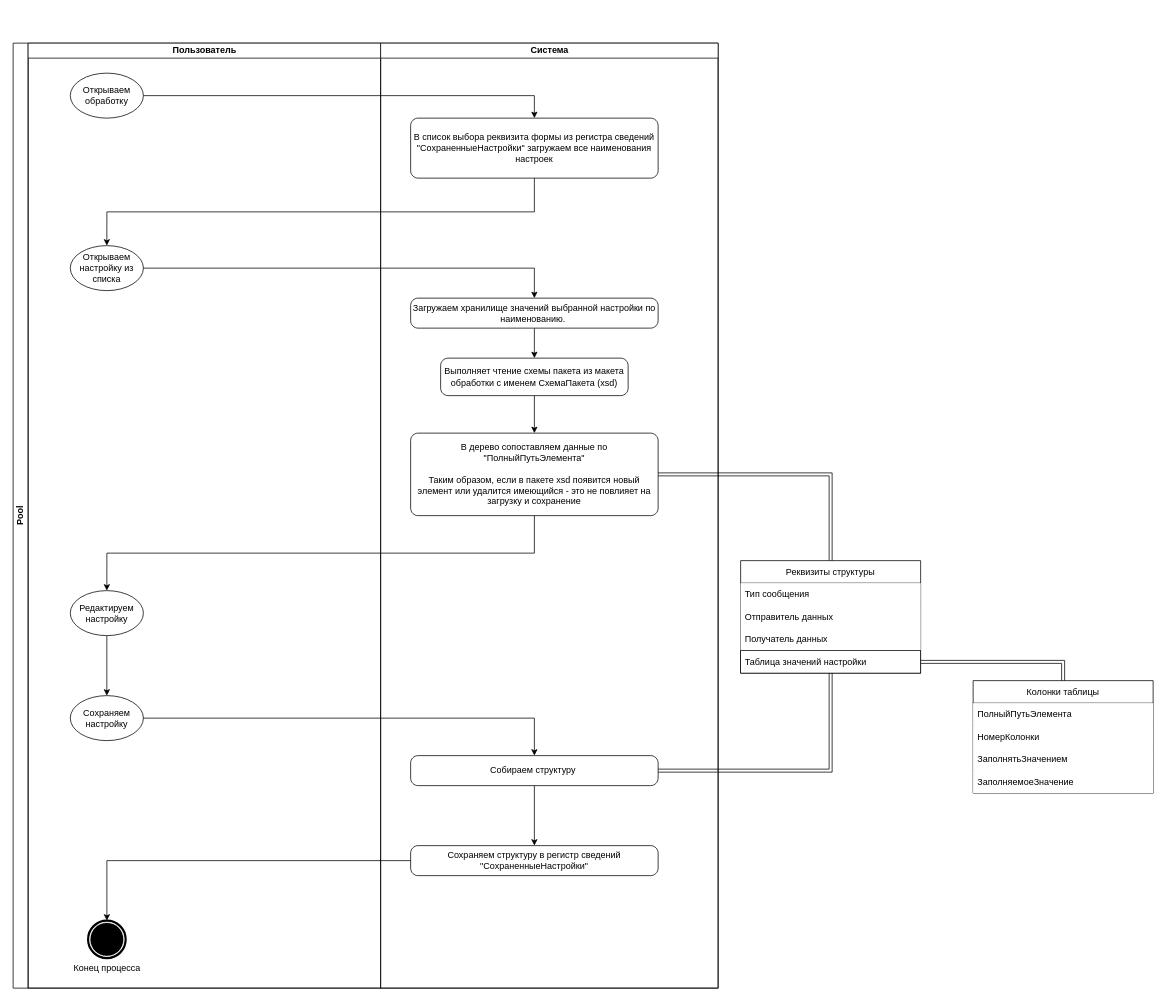
This is page "Процесс загрузки сохранения настроек" (5 of 5) of toplogwms/ЗагрузкаExcel.drawio from flln23/TopLog_Diagrams, a draw.io file, before an edit. Source tidied: cells renumbered, new cells numbered last; positions are measured from the earlier drawing's top-left corner, leaving out a move shared by most shapes. Both pictures are drawn from the tidied source at 75%, with x=0, y=0 at pixel (13, 43).
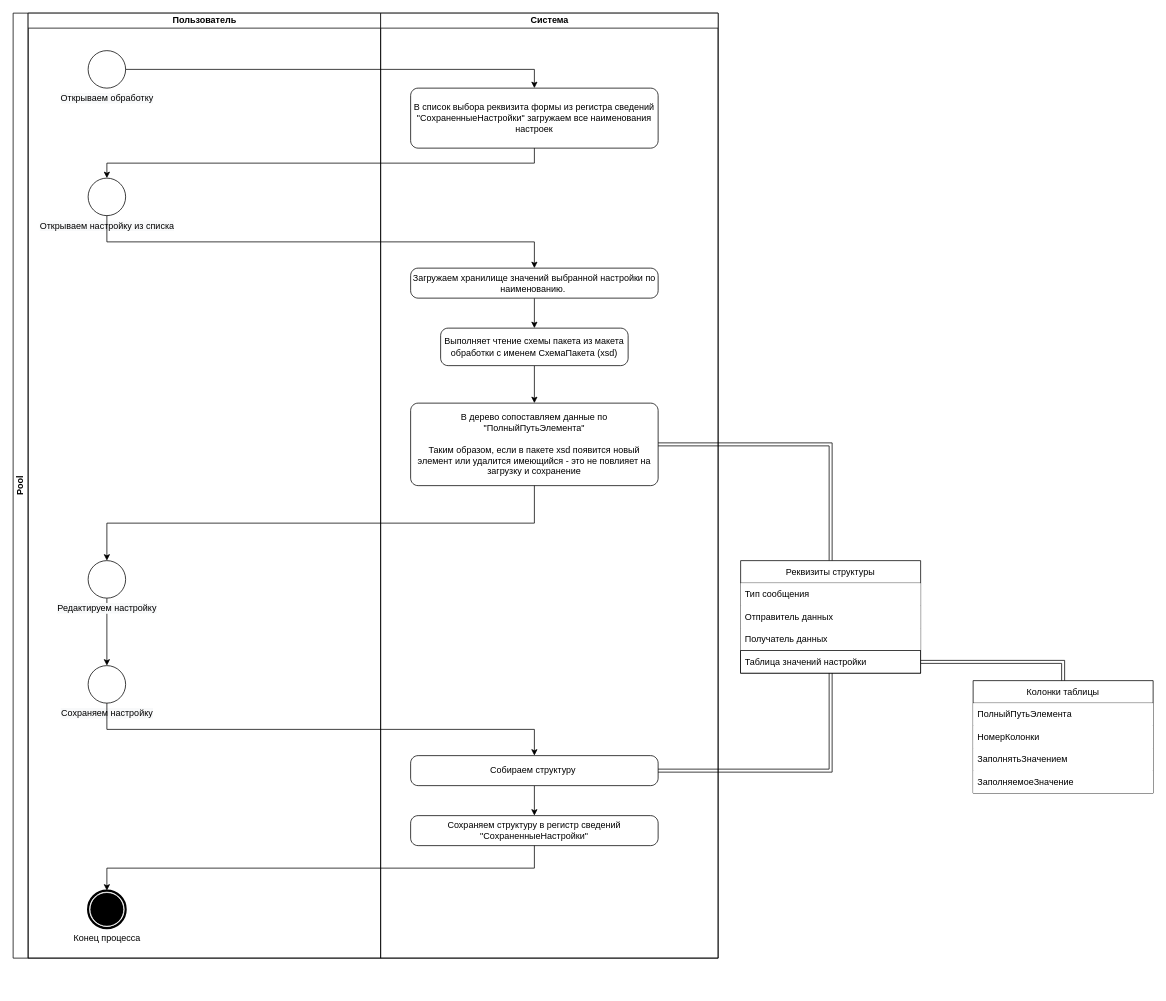
Above is the later version.

The change refers to these unchanged cells:
```xml
<mxCell id="3" value="Пользователь" style="swimlane;html=1;startSize=20;" parent="2" vertex="1">
  <mxGeometry x="20" width="470" height="1260" as="geometry" />
</mxCell>
<mxCell id="10" value="Система" style="swimlane;html=1;startSize=20;" parent="2" vertex="1">
  <mxGeometry x="490" width="450" height="1260" as="geometry" />
</mxCell>
<mxCell id="11" value="В список выбора реквизита формы из регистра сведений &quot;СохраненныеНастройки&quot; загружаем все наименования настроек" style="points=[[0.25,0,0],[0.5,0,0],[0.75,0,0],[1,0.25,0],[1,0.5,0],[1,0.75,0],[0.75,1,0],[0.5,1,0],[0.25,1,0],[0,0.75,0],[0,0.5,0],[0,0.25,0]];shape=mxgraph.bpmn.task;whiteSpace=wrap;rectStyle=rounded;size=10;html=1;taskMarker=abstract;" parent="10" vertex="1">
  <mxGeometry x="40" y="100" width="330" height="80" as="geometry" />
</mxCell>
<mxCell id="13" value="Загружаем хранилище значений выбранной настройки по наименованию.&amp;nbsp;" style="points=[[0.25,0,0],[0.5,0,0],[0.75,0,0],[1,0.25,0],[1,0.5,0],[1,0.75,0],[0.75,1,0],[0.5,1,0],[0.25,1,0],[0,0.75,0],[0,0.5,0],[0,0.25,0]];shape=mxgraph.bpmn.task;whiteSpace=wrap;rectStyle=rounded;size=10;html=1;taskMarker=abstract;" parent="10" vertex="1">
  <mxGeometry x="40" y="340" width="330" height="40" as="geometry" />
</mxCell>
<mxCell id="14" value="В дерево сопоставляем данные по &quot;ПолныйПутьЭлемента&quot;&lt;br&gt;&lt;br&gt;Таким образом, если в пакете xsd появится новый элемент или удалится имеющийся - это не повлияет на загрузку и сохранение&lt;br&gt;" style="points=[[0.25,0,0],[0.5,0,0],[0.75,0,0],[1,0.25,0],[1,0.5,0],[1,0.75,0],[0.75,1,0],[0.5,1,0],[0.25,1,0],[0,0.75,0],[0,0.5,0],[0,0.25,0]];shape=mxgraph.bpmn.task;whiteSpace=wrap;rectStyle=rounded;size=10;html=1;taskMarker=abstract;" parent="10" vertex="1">
  <mxGeometry x="40" y="520" width="330" height="110" as="geometry" />
</mxCell>
<mxCell id="19" value="Сохраняем структуру в регистр сведений&lt;br&gt;&quot;СохраненныеНастройки&quot;" style="points=[[0.25,0,0],[0.5,0,0],[0.75,0,0],[1,0.25,0],[1,0.5,0],[1,0.75,0],[0.75,1,0],[0.5,1,0],[0.25,1,0],[0,0.75,0],[0,0.5,0],[0,0.25,0]];shape=mxgraph.bpmn.task;whiteSpace=wrap;rectStyle=rounded;size=10;html=1;taskMarker=abstract;" parent="10" vertex="1">
  <mxGeometry x="40" y="1070" width="330" height="40" as="geometry" />
</mxCell>
```

Change to the diagram source:
```diff
@@
     <mxCell id="2" value="Pool" style="swimlane;html=1;startSize=20;horizontal=0;whiteSpace=wrap;" parent="1" vertex="1">
-      <mxGeometry width="940" height="1260" as="geometry" />
+      <mxGeometry y="-40" width="940" height="1260" as="geometry" />
     </mxCell>
@@
+    <mxCell id="6" style="edgeStyle=orthogonalEdgeStyle;rounded=0;jettySize=auto;html=1;exitX=0.5;exitY=1;exitDx=0;exitDy=0;exitPerimeter=0;entryX=0.5;entryY=0;entryDx=0;entryDy=0;entryPerimeter=0;" parent="3" edge="1" source="7" target="9">
+      <mxGeometry relative="1" as="geometry" />
+    </mxCell>
+    <mxCell id="8" value="Конец процесса" style="points=[[0.145,0.145,0],[0.5,0,0],[0.855,0.145,0],[1,0.5,0],[0.855,0.855,0],[0.5,1,0],[0.145,0.855,0],[0,0.5,0]];shape=mxgraph.bpmn.event;html=1;verticalLabelPosition=bottom;labelBackgroundColor=#ffffff;verticalAlign=top;align=center;perimeter=ellipsePerimeter;outlineConnect=0;outline=end;symbol=terminate;fillStyle=solid;strokeColor=default;fillColor=default;" parent="3" vertex="1">
+      <mxGeometry x="80" y="1170" width="50" height="50" as="geometry" />
+    </mxCell>
+    <mxCell id="5" value="&lt;span style=&quot;background-color: rgb(248, 249, 250);&quot;&gt;Открываем обработку&lt;/span&gt;" style="points=[[0.145,0.145,0],[0.5,0,0],[0.855,0.145,0],[1,0.5,0],[0.855,0.855,0],[0.5,1,0],[0.145,0.855,0],[0,0.5,0]];shape=mxgraph.bpmn.event;html=1;verticalLabelPosition=bottom;labelBackgroundColor=#ffffff;verticalAlign=top;align=center;perimeter=ellipsePerimeter;outlineConnect=0;outline=standard;symbol=general;" parent="3" vertex="1">
+      <mxGeometry x="80" y="50" width="50" height="50" as="geometry" />
+    </mxCell>
-    <mxCell id="4" value="Открываем настройку из списка" style="ellipse;whiteSpace=wrap;html=1;" parent="3" vertex="1">
-      <mxGeometry x="56.2" y="270" width="97.5" height="60" as="geometry" />
+    <mxCell id="4" value="&lt;span style=&quot;background-color: rgb(248, 249, 250);&quot;&gt;Открываем настройку из списка&lt;/span&gt;" style="points=[[0.145,0.145,0],[0.5,0,0],[0.855,0.145,0],[1,0.5,0],[0.855,0.855,0],[0.5,1,0],[0.145,0.855,0],[0,0.5,0]];shape=mxgraph.bpmn.event;html=1;verticalLabelPosition=bottom;labelBackgroundColor=#ffffff;verticalAlign=top;align=center;perimeter=ellipsePerimeter;outlineConnect=0;outline=standard;symbol=general;" parent="3" vertex="1">
+      <mxGeometry x="80" y="220" width="50" height="50" as="geometry" />
     </mxCell>
-    <mxCell id="5" value="Открываем обработку" style="ellipse;whiteSpace=wrap;html=1;" parent="3" vertex="1">
-      <mxGeometry x="56.2" y="40" width="97.5" height="60" as="geometry" />
-    </mxCell>
-    <mxCell id="6" style="edgeStyle=orthogonalEdgeStyle;rounded=0;jettySize=auto;html=1;" parent="3" edge="1" source="7" target="9">
-      <mxGeometry relative="1" as="geometry" />
-    </mxCell>
-    <mxCell id="7" value="Редактируем настройку" style="ellipse;whiteSpace=wrap;html=1;" parent="3" vertex="1">
-      <mxGeometry x="56.2" y="730" width="97.5" height="60" as="geometry" />
+    <mxCell id="7" value="&lt;span style=&quot;background-color: rgb(248, 249, 250);&quot;&gt;Редактируем настройку&lt;/span&gt;" style="points=[[0.145,0.145,0],[0.5,0,0],[0.855,0.145,0],[1,0.5,0],[0.855,0.855,0],[0.5,1,0],[0.145,0.855,0],[0,0.5,0]];shape=mxgraph.bpmn.event;html=1;verticalLabelPosition=bottom;labelBackgroundColor=#ffffff;verticalAlign=top;align=center;perimeter=ellipsePerimeter;outlineConnect=0;outline=standard;symbol=general;" parent="3" vertex="1">
+      <mxGeometry x="80" y="730" width="50" height="50" as="geometry" />
     </mxCell>
-    <mxCell id="8" value="Конец процесса" style="points=[[0.145,0.145,0],[0.5,0,0],[0.855,0.145,0],[1,0.5,0],[0.855,0.855,0],[0.5,1,0],[0.145,0.855,0],[0,0.5,0]];shape=mxgraph.bpmn.event;html=1;verticalLabelPosition=bottom;labelBackgroundColor=#ffffff;verticalAlign=top;align=center;perimeter=ellipsePerimeter;outlineConnect=0;outline=end;symbol=terminate;fillStyle=solid;strokeColor=default;fillColor=default;" parent="3" vertex="1">
-      <mxGeometry x="80" y="1170" width="50" height="50" as="geometry" />
-    </mxCell>
-    <mxCell id="9" value="Сохраняем настройку" style="ellipse;whiteSpace=wrap;html=1;" parent="3" vertex="1">
-      <mxGeometry x="56.2" y="870" width="97.5" height="60" as="geometry" />
+    <mxCell id="9" value="&lt;span style=&quot;background-color: rgb(248, 249, 250);&quot;&gt;Сохраняем настройку&lt;/span&gt;" style="points=[[0.145,0.145,0],[0.5,0,0],[0.855,0.145,0],[1,0.5,0],[0.855,0.855,0],[0.5,1,0],[0.145,0.855,0],[0,0.5,0]];shape=mxgraph.bpmn.event;html=1;verticalLabelPosition=bottom;labelBackgroundColor=#ffffff;verticalAlign=top;align=center;perimeter=ellipsePerimeter;outlineConnect=0;outline=standard;symbol=general;" parent="3" vertex="1">
+      <mxGeometry x="80" y="870" width="50" height="50" as="geometry" />
     </mxCell>
@@
     <mxCell id="18" value="Собираем структуру&amp;nbsp;" style="points=[[0.25,0,0],[0.5,0,0],[0.75,0,0],[1,0.25,0],[1,0.5,0],[1,0.75,0],[0.75,1,0],[0.5,1,0],[0.25,1,0],[0,0.75,0],[0,0.5,0],[0,0.25,0]];shape=mxgraph.bpmn.task;whiteSpace=wrap;rectStyle=rounded;size=10;html=1;taskMarker=abstract;" parent="10" vertex="1">
-      <mxGeometry x="40" y="950" width="330" height="40" as="geometry" />
+      <mxGeometry x="40" y="990" width="330" height="40" as="geometry" />
     </mxCell>
@@
-    <mxCell id="20" style="edgeStyle=orthogonalEdgeStyle;rounded=0;jettySize=auto;html=1;entryX=0.5;entryY=0;entryDx=0;entryDy=0;entryPerimeter=0;exitX=1;exitY=0.5;exitDx=0;exitDy=0;" parent="2" edge="1" source="5" target="11">
+    <mxCell id="20" style="edgeStyle=orthogonalEdgeStyle;rounded=0;jettySize=auto;html=1;entryX=0.5;entryY=0;entryDx=0;entryDy=0;entryPerimeter=0;exitX=1;exitY=0.5;exitDx=0;exitDy=0;exitPerimeter=0;" parent="2" edge="1" source="5" target="11">
       <mxGeometry relative="1" as="geometry" />
     </mxCell>
-    <mxCell id="21" style="edgeStyle=orthogonalEdgeStyle;rounded=0;jettySize=auto;html=1;exitX=0.5;exitY=1;exitDx=0;exitDy=0;exitPerimeter=0;" parent="2" edge="1" source="11" target="4">
+    <mxCell id="21" style="edgeStyle=orthogonalEdgeStyle;rounded=0;jettySize=auto;html=1;exitX=0.5;exitY=1;exitDx=0;exitDy=0;exitPerimeter=0;entryX=0.5;entryY=0;entryDx=0;entryDy=0;entryPerimeter=0;" parent="2" edge="1" source="11" target="4">
       <mxGeometry relative="1" as="geometry" />
     </mxCell>
-    <mxCell id="22" style="edgeStyle=orthogonalEdgeStyle;rounded=0;jettySize=auto;html=1;entryX=0.5;entryY=0;entryDx=0;entryDy=0;entryPerimeter=0;" parent="2" edge="1" source="4" target="13">
+    <mxCell id="22" style="edgeStyle=orthogonalEdgeStyle;rounded=0;jettySize=auto;html=1;entryX=0.5;entryY=0;entryDx=0;entryDy=0;entryPerimeter=0;exitX=0.5;exitY=1;exitDx=0;exitDy=0;exitPerimeter=0;" parent="2" edge="1" source="4" target="13">
       <mxGeometry relative="1" as="geometry" />
     </mxCell>
-    <mxCell id="23" style="edgeStyle=orthogonalEdgeStyle;rounded=0;jettySize=auto;html=1;entryX=0.5;entryY=0;entryDx=0;entryDy=0;exitX=0.5;exitY=1;exitDx=0;exitDy=0;exitPerimeter=0;" parent="2" edge="1" source="14" target="7">
+    <mxCell id="23" style="edgeStyle=orthogonalEdgeStyle;rounded=0;jettySize=auto;html=1;exitX=0.5;exitY=1;exitDx=0;exitDy=0;exitPerimeter=0;entryX=0.5;entryY=0;entryDx=0;entryDy=0;entryPerimeter=0;" parent="2" edge="1" source="14" target="7">
       <mxGeometry relative="1" as="geometry" />
     </mxCell>
-    <mxCell id="24" style="edgeStyle=orthogonalEdgeStyle;rounded=0;jettySize=auto;html=1;" parent="2" edge="1" source="9" target="18">
+    <mxCell id="24" style="edgeStyle=orthogonalEdgeStyle;rounded=0;jettySize=auto;html=1;exitX=0.5;exitY=1;exitDx=0;exitDy=0;exitPerimeter=0;" parent="2" edge="1" source="9" target="18">
       <mxGeometry relative="1" as="geometry" />
     </mxCell>
-    <mxCell id="25" style="edgeStyle=orthogonalEdgeStyle;rounded=0;jettySize=auto;html=1;entryX=0.5;entryY=0;entryDx=0;entryDy=0;entryPerimeter=0;" parent="2" edge="1" source="19" target="8">
+    <mxCell id="25" style="edgeStyle=orthogonalEdgeStyle;rounded=0;jettySize=auto;html=1;entryX=0.5;entryY=0;entryDx=0;entryDy=0;entryPerimeter=0;exitX=0.5;exitY=1;exitDx=0;exitDy=0;exitPerimeter=0;" parent="2" edge="1" source="19" target="8">
       <mxGeometry relative="1" as="geometry" />
     </mxCell>
```
